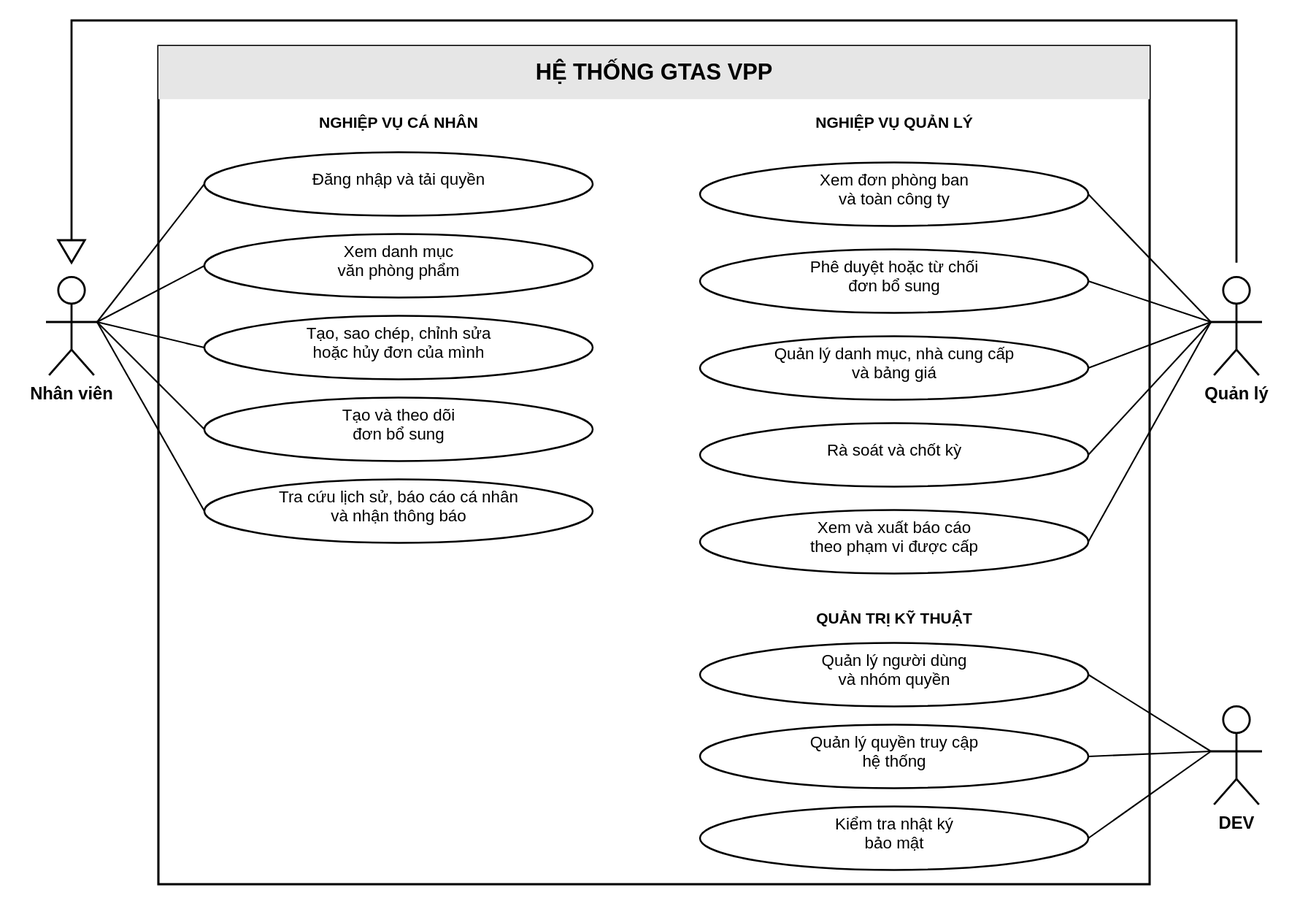
Above: LVTN/diagrams/ch02/use-case-overview.svg in Miikey24s/gtas_vpp (PlantUML), before the change. Its source is kept beside it as LVTN/diagrams/ch02/use-case-overview.puml. Source of this version:
```plantuml
@startuml
!include ../common/style.puml

top to bottom direction
skinparam defaultFontSize 13
skinparam titleFontSize 17
skinparam linetype ortho
skinparam packageStyle rectangle

title Sơ đồ use case tổng quát hệ thống GTAS VPP

actor "Nhân viên" as Employee
actor "Quản lý" as Manager
actor "DEV" as Dev

rectangle "Hệ thống GTAS VPP" {
  usecase "Đăng nhập và tải quyền" as UC_Login
  usecase "Xem danh mục\nvăn phòng phẩm" as UC_Catalog
  usecase "Tạo, sao chép, chỉnh sửa\nhoặc hủy đơn của mình" as UC_Request
  usecase "Tạo và theo dõi\nđơn bổ sung" as UC_Additional
  usecase "Tra cứu lịch sử, báo cáo cá nhân\nvà nhận thông báo" as UC_EmployeeTracking

  usecase "Xem đơn phòng ban\nvà toàn công ty" as UC_Orders
  usecase "Phê duyệt hoặc từ chối\nđơn bổ sung" as UC_AdditionalApproval
  usecase "Quản lý danh mục, nhà cung cấp\nvà bảng giá" as UC_Library
  usecase "Rà soát và chốt kỳ" as UC_Settle
  usecase "Xem và xuất báo cáo\ntheo phạm vi được cấp" as UC_Report

  usecase "Quản lý người dùng\nvà nhóm quyền" as UC_UserManage
  usecase "Quản lý quyền truy cập\nhệ thống" as UC_Permission
  usecase "Kiểm tra nhật ký\nbảo mật" as UC_Audit
}

Employee -- UC_Login
Employee -- UC_Catalog
Employee -- UC_Request
Employee -- UC_Additional
Employee -- UC_EmployeeTracking

Manager --|> Employee
Manager -- UC_Orders
Manager -- UC_AdditionalApproval
Manager -- UC_Library
Manager -- UC_Settle
Manager -- UC_Report

Dev -- UC_UserManage
Dev -- UC_Permission
Dev -- UC_Audit

@enduml
```
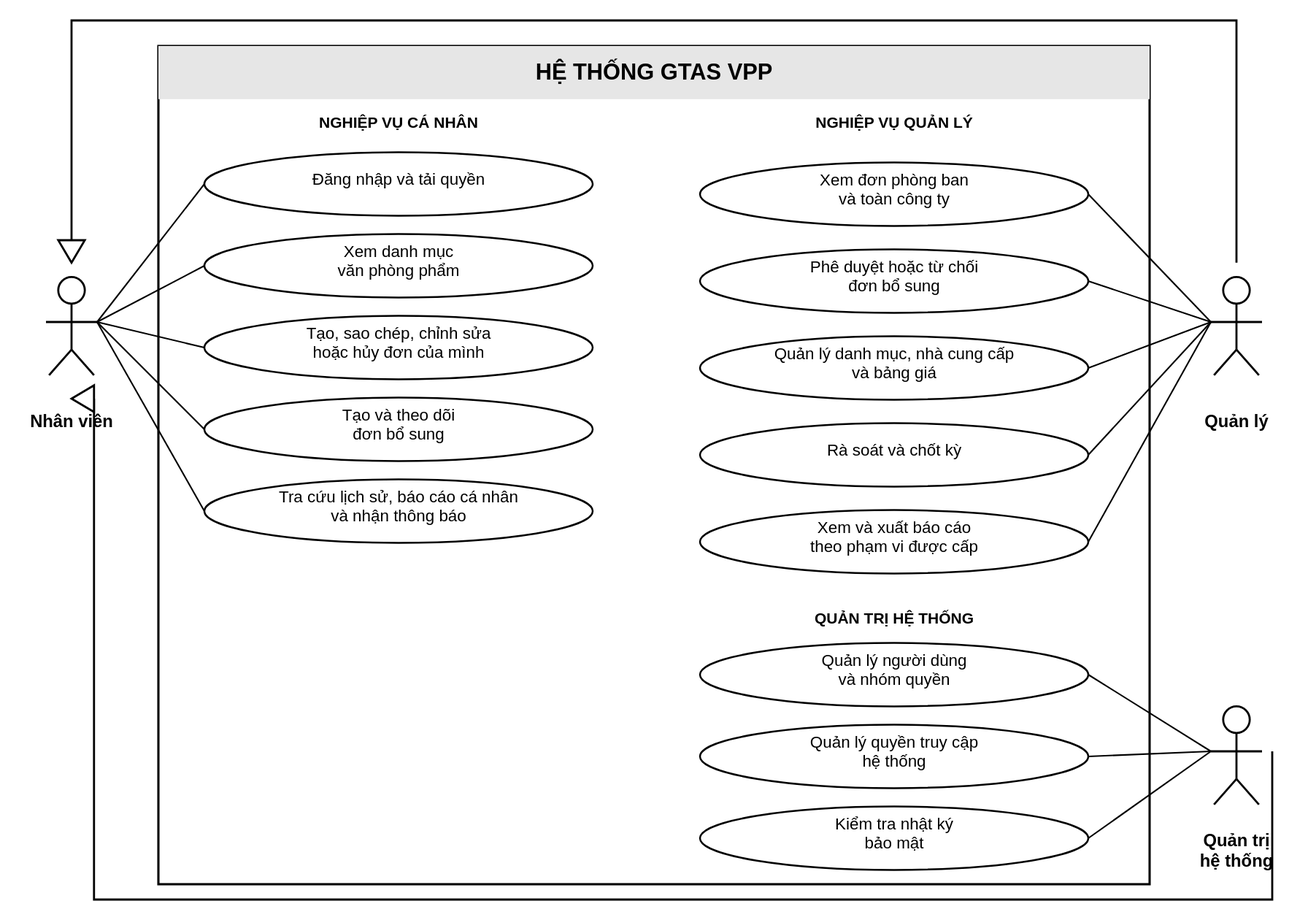
Later version of the same file.

The edit, as a diff of the source:
```diff
@@ -11,7 +11,7 @@
 
 actor "Nhân viên" as Employee
 actor "Quản lý" as Manager
-actor "DEV" as Dev
+actor "Quản trị\nhệ thống" as Admin
 
 rectangle "Hệ thống GTAS VPP" {
   usecase "Đăng nhập và tải quyền" as UC_Login
@@ -44,8 +44,9 @@
 Manager -- UC_Settle
 Manager -- UC_Report
 
-Dev -- UC_UserManage
-Dev -- UC_Permission
-Dev -- UC_Audit
+Admin --|> Employee
+Admin -- UC_UserManage
+Admin -- UC_Permission
+Admin -- UC_Audit
 
 @enduml
```
